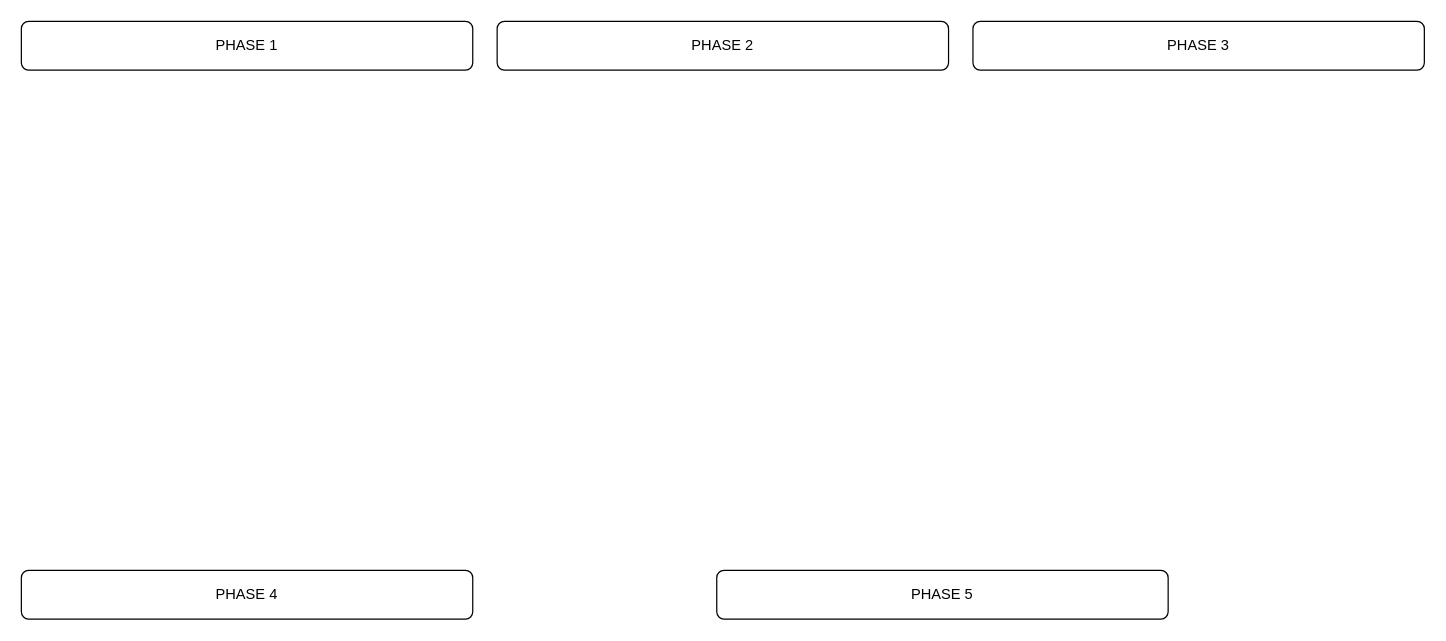
This is page "heatwave vulnerability" (4 of 4) of Untitled Diagram.drawio from Daawarb/Daawarb, a draw.io file, before an edit. Source tidied: cells renumbered, new cells numbered last; positions are measured from the earlier drawing's top-left corner, leaving out a move shared by most shapes. Both pictures are drawn from the tidied source at 122%, with x=0, y=0 at pixel (21, 21).
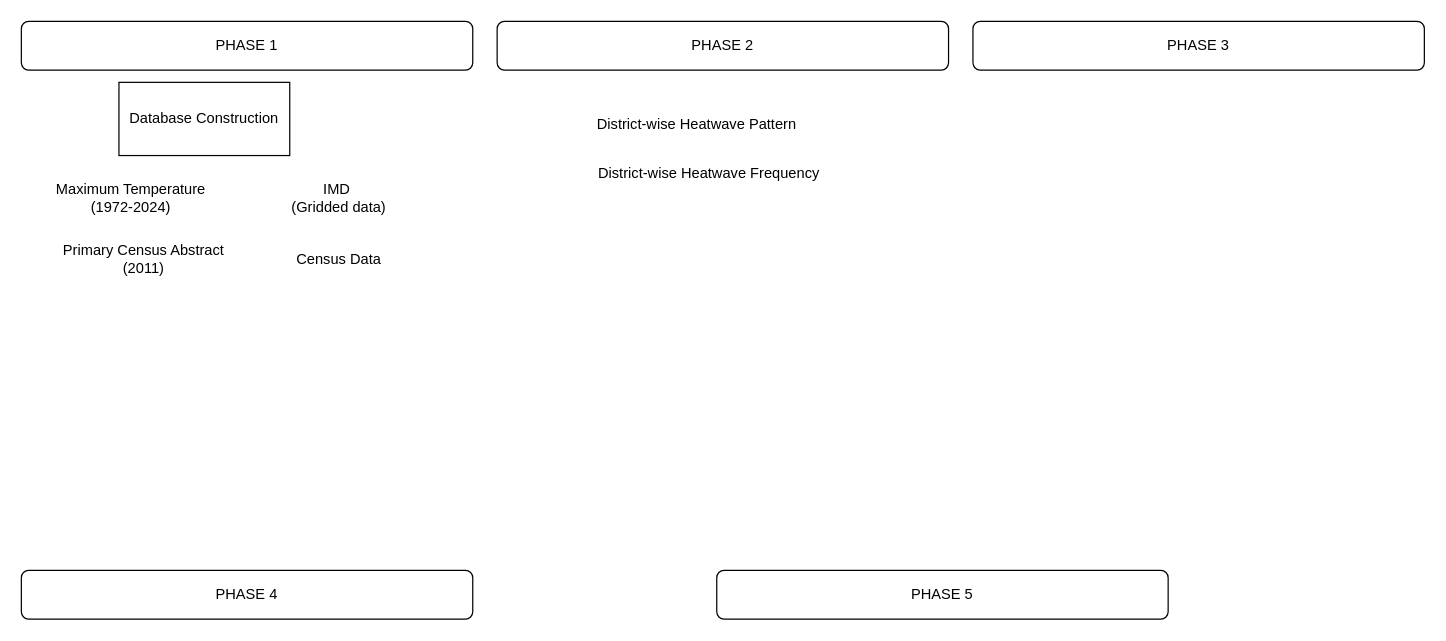
Above is the later version.

The edit, as a diff of the source:
```diff
@@
 <mxGraphModel>
   <root>
     <mxCell id="0" />
     <mxCell id="1" parent="0" />
     <mxCell id="2" value="PHASE 1" style="rounded=1;whiteSpace=wrap;html=1;" parent="1" vertex="1">
       <mxGeometry width="370" height="40" as="geometry" />
     </mxCell>
     <mxCell id="3" value="PHASE 2" style="rounded=1;whiteSpace=wrap;html=1;" parent="1" vertex="1">
       <mxGeometry x="390" width="370" height="40" as="geometry" />
     </mxCell>
     <mxCell id="4" value="PHASE 3" style="rounded=1;whiteSpace=wrap;html=1;" parent="1" vertex="1">
       <mxGeometry x="780" width="370" height="40" as="geometry" />
     </mxCell>
     <mxCell id="5" value="PHASE 4" style="rounded=1;whiteSpace=wrap;html=1;" parent="1" vertex="1">
       <mxGeometry y="450" width="370" height="40" as="geometry" />
     </mxCell>
     <mxCell id="6" value="PHASE 5" style="rounded=1;whiteSpace=wrap;html=1;" parent="1" vertex="1">
       <mxGeometry x="570" y="450" width="370" height="40" as="geometry" />
     </mxCell>
+    <mxCell id="7" value="Database Construction" style="rounded=0;whiteSpace=wrap;html=1;" parent="1" vertex="1">
+      <mxGeometry x="80" y="50" width="140" height="60" as="geometry" />
+    </mxCell>
+    <mxCell id="8" value="Maximum Temperature&lt;div&gt;(1972-2024)&lt;/div&gt;" style="text;html=1;align=center;verticalAlign=middle;whiteSpace=wrap;rounded=0;" parent="1" vertex="1">
+      <mxGeometry x="20" y="130" width="140" height="30" as="geometry" />
+    </mxCell>
+    <mxCell id="9" value="Census Data" style="text;html=1;align=center;verticalAlign=middle;strokeColor=none;fillColor=none;" parent="1" vertex="1">
+      <mxGeometry x="215" y="180" width="90" height="30" as="geometry" />
+    </mxCell>
+    <mxCell id="10" value="IMD&amp;nbsp;&lt;div&gt;(Gridded data)&lt;/div&gt;" style="text;html=1;align=center;verticalAlign=middle;strokeColor=none;fillColor=none;" parent="1" vertex="1">
+      <mxGeometry x="210" y="125" width="100" height="40" as="geometry" />
+    </mxCell>
+    <mxCell id="11" value="Primary Census Abstract&lt;div&gt;(2011)&lt;/div&gt;" style="text;html=1;align=center;verticalAlign=middle;strokeColor=none;fillColor=none;" parent="1" vertex="1">
+      <mxGeometry x="20" y="175" width="160" height="40" as="geometry" />
+    </mxCell>
+    <mxCell id="12" value="District-wise Heatwave Pattern&amp;nbsp;" style="text;html=1;align=center;verticalAlign=middle;strokeColor=none;fillColor=none;" parent="1" vertex="1">
+      <mxGeometry x="460" y="70" width="190" height="30" as="geometry" />
+    </mxCell>
+    <mxCell id="13" value="District-wise Heatwave Frequency&amp;nbsp;" style="text;html=1;align=center;verticalAlign=middle;strokeColor=none;fillColor=none;" parent="1" vertex="1">
+      <mxGeometry x="460" y="110" width="210" height="30" as="geometry" />
+    </mxCell>
   </root>
 </mxGraphModel>
```
